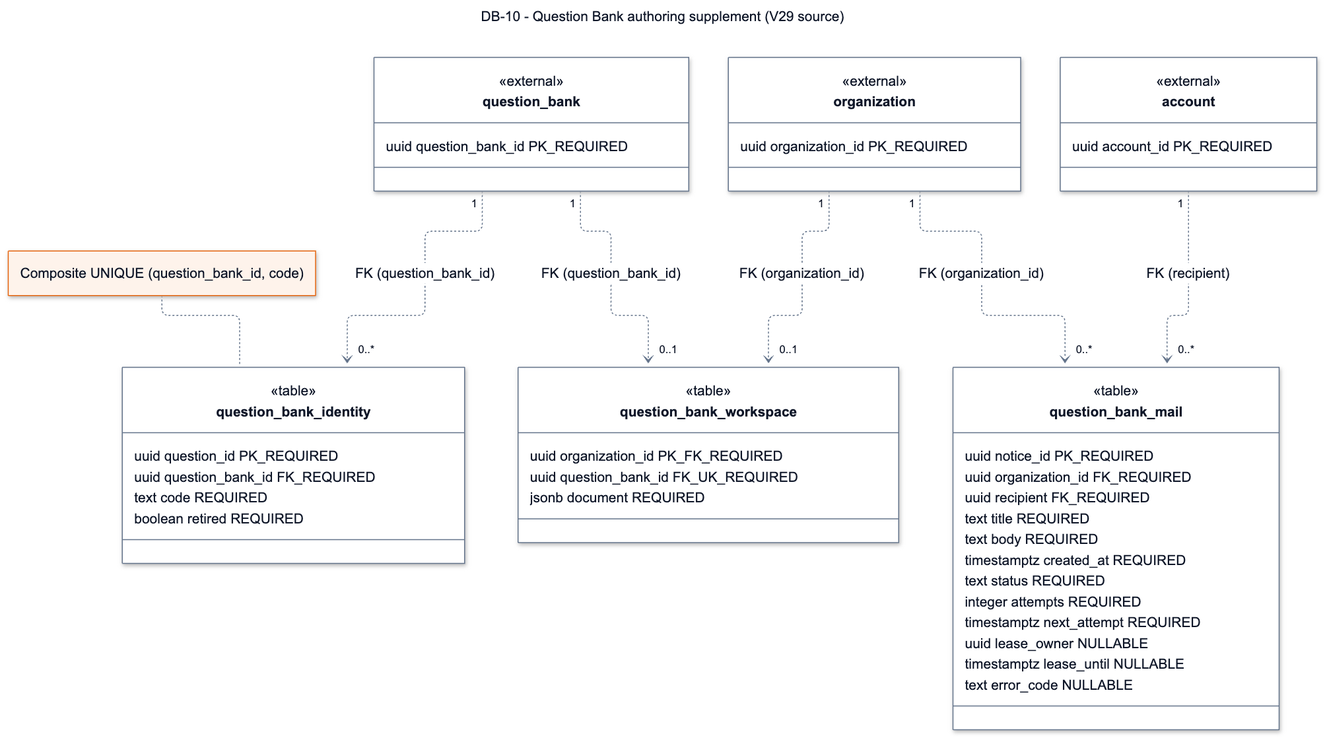
This is documents/diagrams/mermaid/db-10.png from SEP490-Fall-2026-GFA26SE64/SEP490, a Mermaid export, as it was before one commit. Its source is kept beside it as documents/diagrams/mermaid/db-10.mmd. Source of this version:
```mermaid
---
title: "DB-10 - Question Bank authoring supplement (V29 source)"
config: {"theme":"base","fontFamily":"Segoe UI, Arial, sans-serif","themeVariables":{"fontFamily":"Segoe UI, Arial, sans-serif","fontSize":"14px","primaryColor":"#ffffff","primaryTextColor":"#0f1729","primaryBorderColor":"#64748b","secondaryColor":"#fef3eb","tertiaryColor":"#ffffff","lineColor":"#64748b","textColor":"#0f1729","mainBkg":"#ffffff","background":"#ffffff","clusterBkg":"#ffffff","clusterBorder":"#64748b","edgeLabelBackground":"#ffffff","titleColor":"#0f1729","noteBkgColor":"#fef3eb","noteTextColor":"#0f1729","noteBorderColor":"#e6650f","classText":"#0f1729","secondaryBorderColor":"#64748b","tertiaryBorderColor":"#64748b","secondaryTextColor":"#0f1729","tertiaryTextColor":"#0f1729"},"layout":"elk","class":{"hideEmptyMembersBox":true,"nodeSpacing":44,"rankSpacing":70,"padding":12,"diagramPadding":24}}
---
classDiagram
  direction TB
  class O["organization"] {
    <<external>>
    uuid organization_id PK_REQUIRED
  }
  class A["account"] {
    <<external>>
    uuid account_id PK_REQUIRED
  }
  class B["question_bank"] {
    <<external>>
    uuid question_bank_id PK_REQUIRED
  }
  class W["question_bank_workspace"] {
    <<table>>
    uuid organization_id PK_FK_REQUIRED
    uuid question_bank_id FK_UK_REQUIRED
    jsonb document REQUIRED
  }
  class I["question_bank_identity"] {
    <<table>>
    uuid question_id PK_REQUIRED
    uuid question_bank_id FK_REQUIRED
    text code REQUIRED
    boolean retired REQUIRED
  }
  class N["question_bank_mail"] {
    <<table>>
    uuid notice_id PK_REQUIRED
    uuid organization_id FK_REQUIRED
    uuid recipient FK_REQUIRED
    text title REQUIRED
    text body REQUIRED
    timestamptz created_at REQUIRED
    text status REQUIRED
    integer attempts REQUIRED
    timestamptz next_attempt REQUIRED
    uuid lease_owner NULLABLE
    timestamptz lease_until NULLABLE
    text error_code NULLABLE
  }
  O "1" ..> "0..1" W : FK (organization_id)
  B "1" ..> "0..1" W : FK (question_bank_id)
  B "1" ..> "0..*" I : FK (question_bank_id)
  O "1" ..> "0..*" N : FK (organization_id)
  A "1" ..> "0..*" N : FK (recipient)
  note for I "Composite UNIQUE (question_bank_id, code)"
```
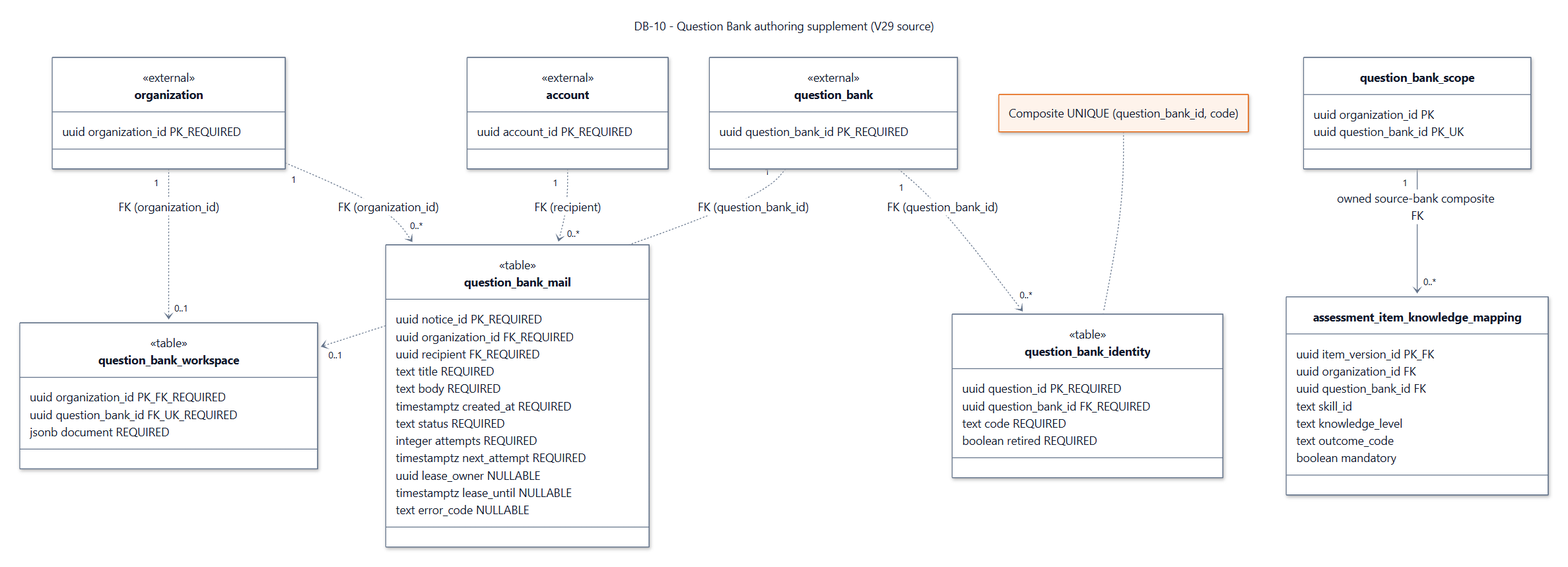
After the commit.

What changed in the source:
```diff
@@ -1,7 +1,8 @@
 ---
 title: "DB-10 - Question Bank authoring supplement (V29 source)"
-config: {"theme":"base","fontFamily":"Segoe UI, Arial, sans-serif","themeVariables":{"fontFamily":"Segoe UI, Arial, sans-serif","fontSize":"14px","primaryColor":"#ffffff","primaryTextColor":"#0f1729","primaryBorderColor":"#64748b","secondaryColor":"#fef3eb","tertiaryColor":"#ffffff","lineColor":"#64748b","textColor":"#0f1729","mainBkg":"#ffffff","background":"#ffffff","clusterBkg":"#ffffff","clusterBorder":"#64748b","edgeLabelBackground":"#ffffff","titleColor":"#0f1729","noteBkgColor":"#fef3eb","noteTextColor":"#0f1729","noteBorderColor":"#e6650f","classText":"#0f1729","secondaryBorderColor":"#64748b","tertiaryBorderColor":"#64748b","secondaryTextColor":"#0f1729","tertiaryTextColor":"#0f1729"},"layout":"elk","class":{"hideEmptyMembersBox":true,"nodeSpacing":44,"rankSpacing":70,"padding":12,"diagramPadding":24}}
+config: {"theme":"base","fontFamily":"Segoe UI, Arial, sans-serif","themeVariables":{"fontFamily":"Segoe UI, Arial, sans-serif","fontSize":"14px","primaryColor":"#ffffff","primaryTextColor":"#0f1729","primaryBorderColor":"#64748b","secondaryColor":"#fef3eb","tertiaryColor":"#ffffff","lineColor":"#64748b","textColor":"#0f1729","mainBkg":"#ffffff","background":"#ffffff","clusterBkg":"#ffffff","clusterBorder":"#64748b","edgeLabelBackground":"#ffffff","titleColor":"#0f1729","noteBkgColor":"#fef3eb","noteTextColor":"#0f1729","noteBorderColor":"#e6650f","classText":"#0f1729","secondaryBorderColor":"#64748b","tertiaryBorderColor":"#64748b","secondaryTextColor":"#0f1729","tertiaryTextColor":"#0f1729"},"layout":"dagre","class":{"hideEmptyMembersBox":true,"nodeSpacing":44,"rankSpacing":70,"padding":12,"diagramPadding":24}}
 ---
+
 classDiagram
   direction TB
   class O["organization"] {
@@ -50,3 +51,17 @@
   O "1" ..> "0..*" N : FK (organization_id)
   A "1" ..> "0..*" N : FK (recipient)
   note for I "Composite UNIQUE (question_bank_id, code)"
+  class Scope["question_bank_scope"] {
+    uuid organization_id PK
+    uuid question_bank_id PK_UK
+  }
+  class Mapping["assessment_item_knowledge_mapping"] {
+    uuid item_version_id PK_FK
+    uuid organization_id FK
+    uuid question_bank_id FK
+    text skill_id
+    text knowledge_level
+    text outcome_code
+    boolean mandatory
+  }
+  Scope "1" --> "0..*" Mapping : owned source-bank composite FK
```
